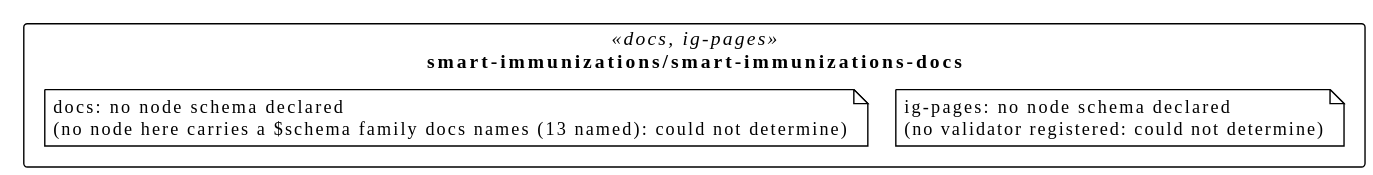
This is assets/img/uml/overview/smart-immunizations/smart-immunizations-docs.svg from litlfred/smart-trust, a PlantUML export, as it was before one commit. Source of this version:
```plantuml
@startuml
!pragma layout elk
!theme plain
skinparam classAttributeIconSize 0
skinparam shadowing false
skinparam packageStyle rectangle
hide empty methods

package "smart-immunizations/smart-immunizations-docs" as pkg_smart_immunizations_smart_immunizations_docs <<docs, ig-pages>> {
  note "docs: no node schema declared\n(no node here carries a $schema family docs names (13 named): could not determine)" as n_smart_immunizations_smart_immunizations_docs_docs
  note "ig-pages: no node schema declared\n(no validator registered: could not determine)" as n_smart_immunizations_smart_immunizations_docs_ig_pages
}
@enduml
```
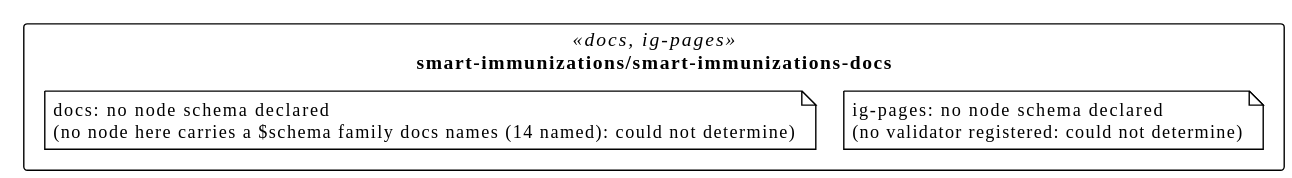
The same file after the commit.

Change to the diagram source:
```diff
@@ -7,7 +7,7 @@
 hide empty methods
 
 package "smart-immunizations/smart-immunizations-docs" as pkg_smart_immunizations_smart_immunizations_docs <<docs, ig-pages>> {
-  note "docs: no node schema declared\n(no node here carries a $schema family docs names (13 named): could not determine)" as n_smart_immunizations_smart_immunizations_docs_docs
+  note "docs: no node schema declared\n(no node here carries a $schema family docs names (14 named): could not determine)" as n_smart_immunizations_smart_immunizations_docs_docs
   note "ig-pages: no node schema declared\n(no validator registered: could not determine)" as n_smart_immunizations_smart_immunizations_docs_ig_pages
 }
 @enduml
```
